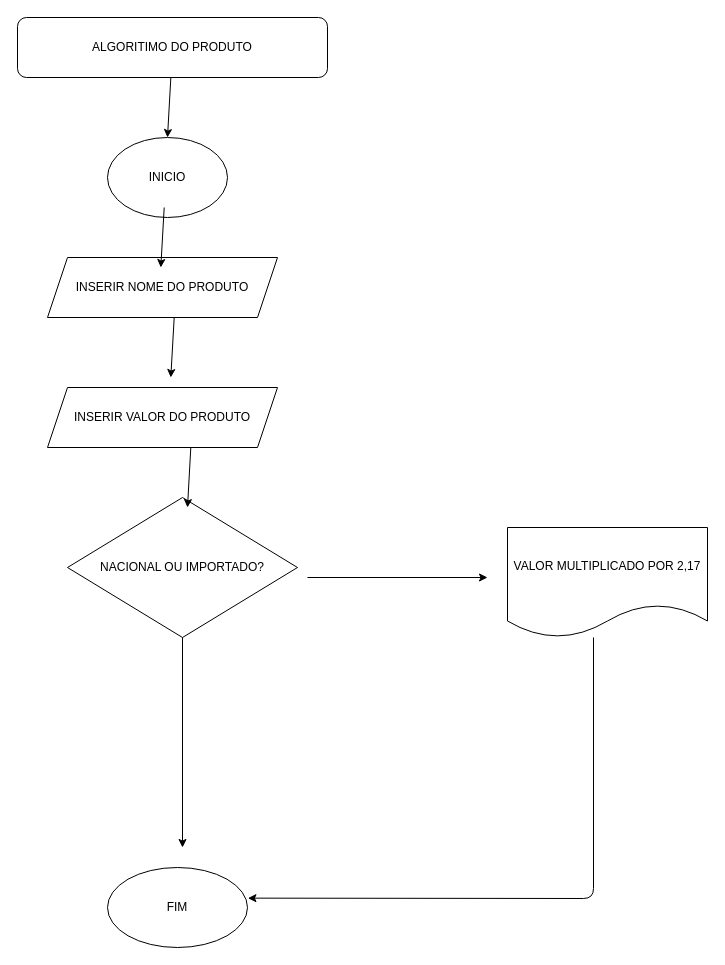
This is Untitled Diagram.drawio from Marco862/marco, a draw.io file, before an edit. Source tidied: cells renumbered, new cells numbered last; positions are measured from the earlier drawing's top-left corner, leaving out a move shared by most shapes. Both pictures are drawn from the tidied source at 100%, with x=0, y=0 at pixel (17, 17).
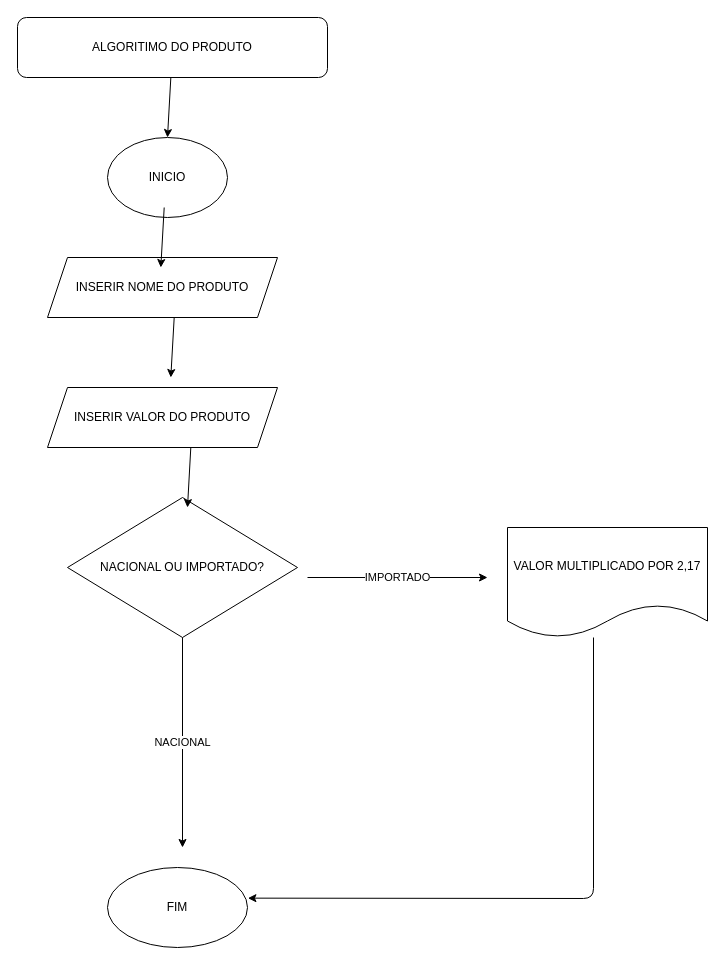
Above is the later version.

Unchanged cells that the change refers to:
```xml
<mxCell id="6" value="NACIONAL OU IMPORTADO?" style="rhombus;whiteSpace=wrap;html=1;" parent="1" vertex="1">
  <mxGeometry x="50" y="480" width="230" height="140" as="geometry" />
</mxCell>
```

Change to the diagram source:
```diff
@@
-    <mxCell id="13" style="endArrow=classic;html=1;" parent="1" edge="1">
+    <mxCell id="13" value="IMPORTADO" style="endArrow=classic;html=1;" parent="1" edge="1">
       <mxGeometry relative="1" as="geometry">
         <mxPoint x="290" y="560" as="sourcePoint" />
         <mxPoint x="470" y="560" as="targetPoint" />
       </mxGeometry>
     </mxCell>
-    <mxCell id="14" style="endArrow=classic;html=1;exitX=0.5;exitY=1;exitDx=0;exitDy=0;" parent="1" edge="1" source="6">
+    <mxCell id="14" value="NACIONAL" style="endArrow=classic;html=1;exitX=0.5;exitY=1;exitDx=0;exitDy=0;" parent="1" edge="1" source="6">
       <mxGeometry relative="1" as="geometry">
         <mxPoint x="165" y="830" as="targetPoint" />
       </mxGeometry>
     </mxCell>
```
